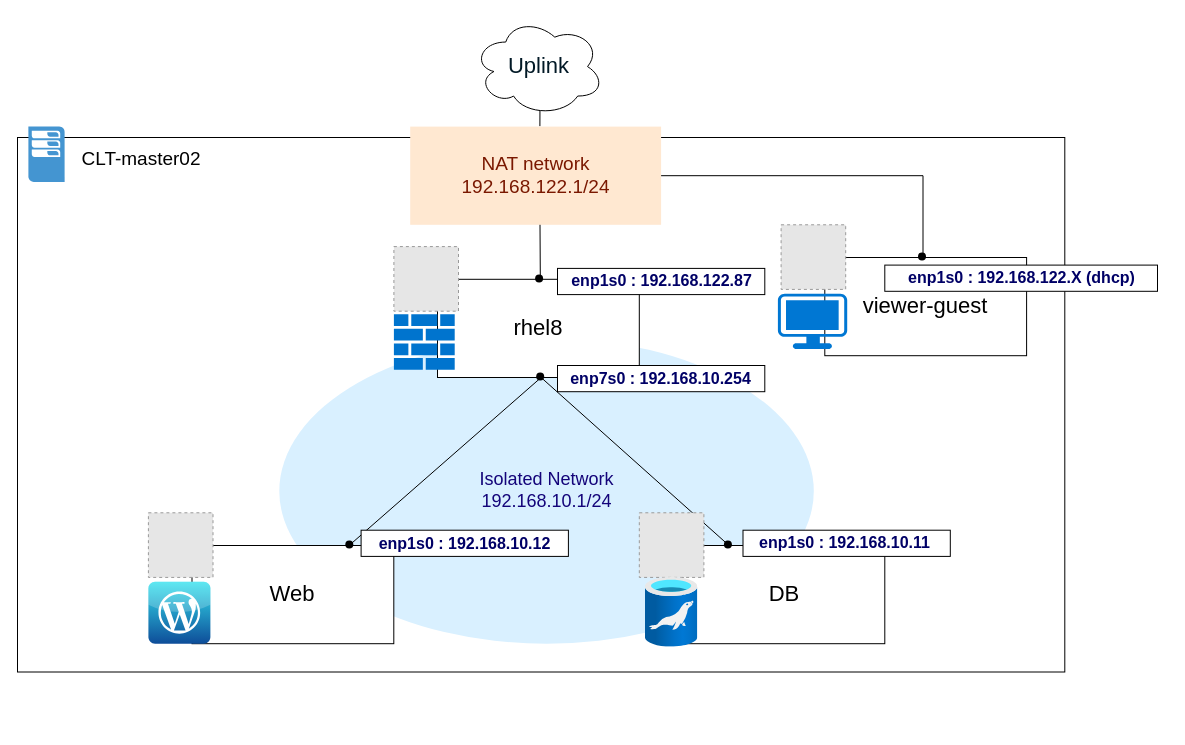
Above: iptables_test01_01.drawio in yokikim/Report-resource-linux (draw.io), before the change. Source tidied: cells renumbered, new cells numbered last; positions are measured from the earlier drawing's top-left corner, leaving out a move shared by most shapes. Both pictures are drawn from the tidied source at 100%, with x=0, y=0 at pixel (17, 17). Pictures stored in the file or linked from it are replaced by grey dashed boxes.
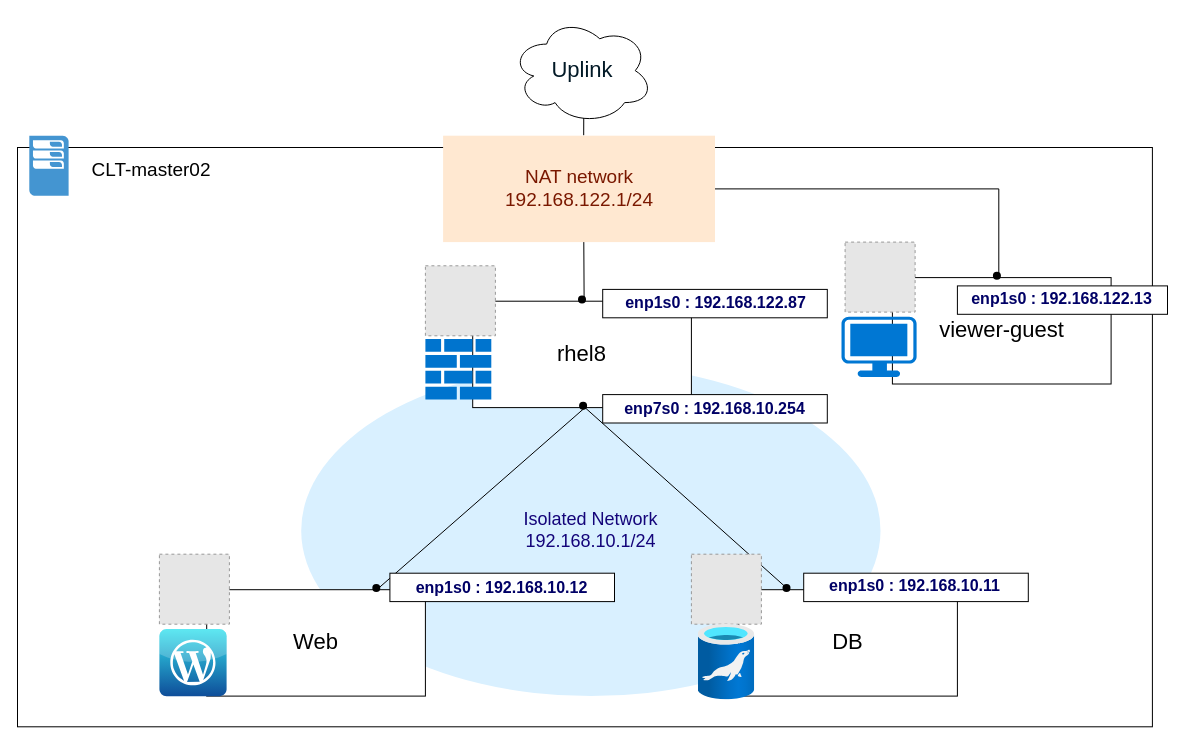
After the change.

What changed in the source:
```diff
@@
-    <mxCell id="2" style="group;" parent="1" vertex="1">
-      <mxGeometry width="1140" height="654.5" as="geometry" />
-    </mxCell>
+    <mxCell id="42" style="group;" parent="1" vertex="1">
+      <mxGeometry width="1150" height="709.4" as="geometry" />
+    </mxCell>
-    <mxCell id="3" style="group;" parent="2" vertex="1">
-      <mxGeometry y="109.1" width="1047.3" height="545.5" as="geometry" />
+    <mxCell id="3" style="group;" parent="42" vertex="1">
+      <mxGeometry y="118.2" width="1134.9" height="591.1" as="geometry" />
     </mxCell>
     <mxCell id="4" style="rounded=0;whiteSpace=wrap;html=1;" parent="3" vertex="1">
-      <mxGeometry y="10.9" width="1047.3" height="534.5" as="geometry" />
+      <mxGeometry y="11.8" width="1134.9" height="579.3" as="geometry" />
     </mxCell>
     <mxCell id="5" style="shadow=0;dashed=0;html=1;strokeColor=none;fillColor=#4495D1;labelPosition=center;verticalLabelPosition=bottom;verticalAlign=top;align=center;shape=mxgraph.veeam.2d.esx_esxi;" parent="3" vertex="1">
-      <mxGeometry x="10.9" width="36.2" height="55.4" as="geometry" />
+      <mxGeometry x="11.8" width="39.3" height="60.1" as="geometry" />
     </mxCell>
     <mxCell id="6" value="&lt;font style=&quot;font-size: 19px;&quot;&gt;CLT-master02&lt;/font&gt;" style="text;html=1;strokeColor=none;fillColor=none;align=center;verticalAlign=middle;whiteSpace=wrap;rounded=0;" parent="3" vertex="1">
-      <mxGeometry x="54.5" y="10.9" width="138.3" height="43.2" as="geometry" />
+      <mxGeometry x="59.1" y="11.8" width="149.9" height="46.8" as="geometry" />
     </mxCell>
-    <mxCell id="7" style="group;" parent="2" vertex="1">
-      <mxGeometry x="261.8" y="109.1" width="534.5" height="517.1" as="geometry" />
+    <mxCell id="7" style="group;" parent="42" vertex="1">
+      <mxGeometry x="283.7" y="118.2" width="579.3" height="560.4" as="geometry" />
     </mxCell>
     <mxCell id="8" value="&lt;font color=&quot;#14047a&quot; style=&quot;font-size: 18px;&quot;&gt;Isolated Network&lt;br&gt;192.168.10.1/24&lt;/font&gt;" style="ellipse;whiteSpace=wrap;html=1;fillColor=#D9F0FF;strokeColor=none;" parent="7" vertex="1">
-      <mxGeometry y="211.6" width="534.5" height="305.5" as="geometry" />
+      <mxGeometry y="229.4" width="579.3" height="331" as="geometry" />
     </mxCell>
     <mxCell id="9" value="&lt;font color=&quot;#7a1800&quot;&gt;NAT network&lt;br&gt;192.168.122.1/24&lt;/font&gt;" style="rounded=0;whiteSpace=wrap;html=1;fontSize=19;fontColor=#14047A;fillColor=#FFE8D1;strokeColor=none;" parent="7" vertex="1">
-      <mxGeometry x="130.9" width="250.9" height="98.2" as="geometry" />
+      <mxGeometry x="141.9" width="271.9" height="106.4" as="geometry" />
     </mxCell>
-    <mxCell id="10" style="endArrow=none;html=1;rounded=0;fontSize=22;fontColor=#7A1800;" parent="2" edge="1">
+    <mxCell id="10" style="endArrow=none;html=1;rounded=0;fontSize=22;fontColor=#7A1800;" parent="42" edge="1">
       <mxGeometry relative="1" as="geometry">
-        <mxPoint x="331.6" y="528" as="sourcePoint" />
-        <mxPoint x="711.5" y="528" as="targetPoint" />
+        <mxPoint x="359.3" y="572.2" as="sourcePoint" />
+        <mxPoint x="771" y="572.2" as="targetPoint" />
         <Array as="points">
-          <mxPoint x="523.6" y="360" />
+          <mxPoint x="567.5" y="390.1" />
         </Array>
       </mxGeometry>
     </mxCell>
-    <mxCell id="11" style="endArrow=none;html=1;rounded=0;fontSize=22;fontColor=#7A1800;exitX=0.534;exitY=0.99;exitDx=0;exitDy=0;exitPerimeter=0;" parent="2" edge="1">
+    <mxCell id="11" style="endArrow=none;html=1;rounded=0;fontSize=22;fontColor=#7A1800;exitX=0.534;exitY=0.99;exitDx=0;exitDy=0;exitPerimeter=0;" parent="42" edge="1">
       <mxGeometry relative="1" as="geometry">
-        <mxPoint x="523.4" y="359" as="sourcePoint" />
-        <mxPoint x="522.5" y="207.3" as="targetPoint" />
+        <mxPoint x="567.2" y="389.1" as="sourcePoint" />
+        <mxPoint x="566.3" y="224.6" as="targetPoint" />
       </mxGeometry>
     </mxCell>
-    <mxCell id="12" style="endArrow=none;html=1;rounded=0;fontSize=22;fontColor=#7A1800;" parent="2" edge="1">
+    <mxCell id="12" style="endArrow=none;html=1;rounded=0;fontSize=22;fontColor=#7A1800;" parent="42" edge="1">
       <mxGeometry relative="1" as="geometry">
-        <mxPoint x="905.5" y="240" as="sourcePoint" />
-        <mxPoint x="643.6" y="158.2" as="targetPoint" />
+        <mxPoint x="981.3" y="260.1" as="sourcePoint" />
+        <mxPoint x="697.5" y="171.4" as="targetPoint" />
         <Array as="points">
-          <mxPoint x="905.5" y="158.2" />
+          <mxPoint x="981.3" y="171.4" />
         </Array>
       </mxGeometry>
     </mxCell>
-    <mxCell id="13" style="endArrow=none;html=1;rounded=0;fontSize=22;fontColor=#7A1800;exitX=0.517;exitY=-0.005;exitDx=0;exitDy=0;exitPerimeter=0;" parent="2" edge="1">
+    <mxCell id="13" style="endArrow=none;html=1;rounded=0;fontSize=22;fontColor=#7A1800;exitX=0.517;exitY=-0.005;exitDx=0;exitDy=0;exitPerimeter=0;" parent="42" edge="1">
       <mxGeometry relative="1" as="geometry">
-        <mxPoint x="522.4" y="108.6" as="sourcePoint" />
-        <mxPoint x="522.5" y="76.4" as="targetPoint" />
+        <mxPoint x="566.2" y="117.7" as="sourcePoint" />
+        <mxPoint x="566.3" y="82.8" as="targetPoint" />
       </mxGeometry>
     </mxCell>
-    <mxCell id="14" value="&lt;font style=&quot;font-size: 22px;&quot;&gt;rhel8&lt;/font&gt;" style="rounded=0;whiteSpace=wrap;html=1;" parent="2" vertex="1">
-      <mxGeometry x="420" y="261.8" width="201.8" height="98.2" as="geometry" />
+    <mxCell id="14" value="&lt;font style=&quot;font-size: 22px;&quot;&gt;rhel8&lt;/font&gt;" style="rounded=0;whiteSpace=wrap;html=1;" parent="42" vertex="1">
+      <mxGeometry x="455.2" y="283.7" width="218.7" height="106.4" as="geometry" />
     </mxCell>
-    <mxCell id="15" style="fillColor=#E6E6E6;strokeColor=#999999;dashed=1;html=1;verticalAlign=top;verticalLabelPosition=bottom;labelBackgroundColor=#ffffff;" parent="2" vertex="1">
-      <mxGeometry x="376.4" y="229.1" width="64.6" height="64.6" as="geometry" />
+    <mxCell id="15" style="fillColor=#E6E6E6;strokeColor=#999999;dashed=1;html=1;verticalAlign=top;verticalLabelPosition=bottom;labelBackgroundColor=#ffffff;" parent="42" vertex="1">
+      <mxGeometry x="407.9" y="248.3" width="70" height="70" as="geometry" />
     </mxCell>
-    <mxCell id="16" value="&lt;font style=&quot;font-size: 22px;&quot;&gt;Web&lt;/font&gt;" style="rounded=0;whiteSpace=wrap;html=1;" parent="2" vertex="1">
-      <mxGeometry x="174.5" y="528" width="201.8" height="98.2" as="geometry" />
+    <mxCell id="16" value="&lt;font style=&quot;font-size: 22px;&quot;&gt;Web&lt;/font&gt;" style="rounded=0;whiteSpace=wrap;html=1;" parent="42" vertex="1">
+      <mxGeometry x="189.2" y="572.2" width="218.7" height="106.4" as="geometry" />
     </mxCell>
-    <mxCell id="17" style="fillColor=#E6E6E6;strokeColor=#999999;dashed=1;html=1;verticalAlign=top;verticalLabelPosition=bottom;labelBackgroundColor=#ffffff;" parent="2" vertex="1">
-      <mxGeometry x="130.9" y="495.3" width="64.6" height="64.6" as="geometry" />
+    <mxCell id="17" style="fillColor=#E6E6E6;strokeColor=#999999;dashed=1;html=1;verticalAlign=top;verticalLabelPosition=bottom;labelBackgroundColor=#ffffff;" parent="42" vertex="1">
+      <mxGeometry x="141.9" y="536.7" width="70" height="70" as="geometry" />
     </mxCell>
-    <mxCell id="18" value="&lt;font style=&quot;font-size: 22px;&quot;&gt;DB&lt;/font&gt;" style="rounded=0;whiteSpace=wrap;html=1;" parent="2" vertex="1">
-      <mxGeometry x="665.5" y="528" width="201.8" height="98.2" as="geometry" />
+    <mxCell id="18" value="&lt;font style=&quot;font-size: 22px;&quot;&gt;DB&lt;/font&gt;" style="rounded=0;whiteSpace=wrap;html=1;" parent="42" vertex="1">
+      <mxGeometry x="721.2" y="572.2" width="218.7" height="106.4" as="geometry" />
     </mxCell>
-    <mxCell id="19" style="fillColor=#E6E6E6;strokeColor=#999999;dashed=1;html=1;verticalAlign=top;verticalLabelPosition=bottom;labelBackgroundColor=#ffffff;" parent="2" vertex="1">
-      <mxGeometry x="621.8" y="495.3" width="64.6" height="64.6" as="geometry" />
+    <mxCell id="19" style="fillColor=#E6E6E6;strokeColor=#999999;dashed=1;html=1;verticalAlign=top;verticalLabelPosition=bottom;labelBackgroundColor=#ffffff;" parent="42" vertex="1">
+      <mxGeometry x="673.9" y="536.7" width="70" height="70" as="geometry" />
     </mxCell>
-    <mxCell id="20" value="&lt;font style=&quot;font-size: 22px;&quot;&gt;viewer-guest&lt;/font&gt;" style="rounded=0;whiteSpace=wrap;html=1;" parent="2" vertex="1">
-      <mxGeometry x="807.3" y="240" width="201.8" height="98.2" as="geometry" />
+    <mxCell id="20" value="&lt;font style=&quot;font-size: 22px;&quot;&gt;viewer-guest&lt;/font&gt;" style="rounded=0;whiteSpace=wrap;html=1;" parent="42" vertex="1">
+      <mxGeometry x="874.9" y="260.1" width="218.7" height="106.4" as="geometry" />
     </mxCell>
-    <mxCell id="21" style="fillColor=#E6E6E6;strokeColor=#999999;dashed=1;html=1;verticalAlign=top;verticalLabelPosition=bottom;labelBackgroundColor=#ffffff;" parent="2" vertex="1">
-      <mxGeometry x="763.6" y="207.3" width="64.6" height="64.6" as="geometry" />
+    <mxCell id="21" style="fillColor=#E6E6E6;strokeColor=#999999;dashed=1;html=1;verticalAlign=top;verticalLabelPosition=bottom;labelBackgroundColor=#ffffff;" parent="42" vertex="1">
+      <mxGeometry x="827.6" y="224.6" width="70" height="70" as="geometry" />
     </mxCell>
-    <mxCell id="22" style="html=1;align=center;image;fontSize=12;image=img/lib/azure2/databases/Azure_Database_MariaDB_Server.svg;fontColor=#7A1800;fillColor=#FFE8D1;" parent="2" vertex="1">
-      <mxGeometry x="627.9" y="559.9" width="52.4" height="69.8" as="geometry" />
+    <mxCell id="22" style="html=1;align=center;image;fontSize=12;image=img/lib/azure2/databases/Azure_Database_MariaDB_Server.svg;fontColor=#7A1800;fillColor=#FFE8D1;" parent="42" vertex="1">
+      <mxGeometry x="680.5" y="606.7" width="56.7" height="75.7" as="geometry" />
     </mxCell>
-    <mxCell id="23" style="dashed=0;html=1;align=center;labelPosition=center;verticalLabelPosition=bottom;verticalAlign=top;shape=mxgraph.webicons.wordpress_2;fillColor=#35E2EE;gradientColor=#0E4D99;fontSize=22;fontColor=#7A1800;" parent="2" vertex="1">
-      <mxGeometry x="130.9" y="564.2" width="62" height="62" as="geometry" />
+    <mxCell id="23" style="dashed=0;html=1;align=center;labelPosition=center;verticalLabelPosition=bottom;verticalAlign=top;shape=mxgraph.webicons.wordpress_2;fillColor=#35E2EE;gradientColor=#0E4D99;fontSize=22;fontColor=#7A1800;" parent="42" vertex="1">
+      <mxGeometry x="141.9" y="611.5" width="67.2" height="67.2" as="geometry" />
     </mxCell>
-    <mxCell id="24" style="sketch=0;shadow=0;dashed=0;html=1;strokeColor=none;labelPosition=center;verticalLabelPosition=bottom;verticalAlign=top;align=center;shape=mxgraph.office.concepts.firewall;fillColor=#0074ce;fontSize=22;fontColor=#7A1800;" parent="2" vertex="1">
-      <mxGeometry x="376.4" y="296.7" width="60.8" height="55.6" as="geometry" />
+    <mxCell id="24" style="sketch=0;shadow=0;dashed=0;html=1;strokeColor=none;labelPosition=center;verticalLabelPosition=bottom;verticalAlign=top;align=center;shape=mxgraph.office.concepts.firewall;fillColor=#0074ce;fontSize=22;fontColor=#7A1800;" parent="42" vertex="1">
+      <mxGeometry x="407.9" y="321.6" width="65.9" height="60.3" as="geometry" />
     </mxCell>
-    <mxCell id="25" style="verticalLabelPosition=bottom;sketch=0;html=1;verticalAlign=top;align=center;shape=mxgraph.cisco19.workstation;fillColor=#0077d3;strokeColor=none;fontSize=22;fontColor=#7A1800;" parent="2" vertex="1">
-      <mxGeometry x="760.4" y="276.2" width="69.3" height="55.4" as="geometry" />
+    <mxCell id="25" style="verticalLabelPosition=bottom;sketch=0;html=1;verticalAlign=top;align=center;shape=mxgraph.cisco19.workstation;fillColor=#0077d3;strokeColor=none;fontSize=22;fontColor=#7A1800;" parent="42" vertex="1">
+      <mxGeometry x="824" y="299.3" width="75.1" height="60.1" as="geometry" />
     </mxCell>
-    <mxCell id="26" value="&lt;font color=&quot;#021926&quot;&gt;Uplink&lt;/font&gt;" style="ellipse;shape=cloud;whiteSpace=wrap;html=1;fontSize=22;fontColor=#7A1800;fillColor=#FFFFFF;" parent="2" vertex="1">
-      <mxGeometry x="455.5" width="130.9" height="98.2" as="geometry" />
+    <mxCell id="26" value="&lt;font color=&quot;#021926&quot;&gt;Uplink&lt;/font&gt;" style="ellipse;shape=cloud;whiteSpace=wrap;html=1;fontSize=22;fontColor=#7A1800;fillColor=#FFFFFF;" parent="42" vertex="1">
+      <mxGeometry x="493.6" width="141.9" height="106.4" as="geometry" />
     </mxCell>
-    <mxCell id="27" style="rounded=0;whiteSpace=wrap;html=1;labelBorderColor=none;strokeColor=default;strokeWidth=1;fontSize=16;fontColor=#000066;fillColor=default;" parent="2" vertex="1">
-      <mxGeometry x="540" y="348" width="207.3" height="26.2" as="geometry" />
+    <mxCell id="27" style="rounded=0;whiteSpace=wrap;html=1;labelBorderColor=none;strokeColor=default;strokeWidth=1;fontSize=16;fontColor=#000066;fillColor=default;" parent="42" vertex="1">
+      <mxGeometry x="585.2" y="377.1" width="224.6" height="28.4" as="geometry" />
     </mxCell>
-    <mxCell id="28" style="rounded=0;whiteSpace=wrap;html=1;labelBorderColor=none;strokeColor=default;strokeWidth=1;fontSize=16;fontColor=#000066;fillColor=default;" parent="2" vertex="1">
-      <mxGeometry x="540" y="250.9" width="207.3" height="26.2" as="geometry" />
+    <mxCell id="28" style="rounded=0;whiteSpace=wrap;html=1;labelBorderColor=none;strokeColor=default;strokeWidth=1;fontSize=16;fontColor=#000066;fillColor=default;" parent="42" vertex="1">
+      <mxGeometry x="585.2" y="271.9" width="224.6" height="28.4" as="geometry" />
     </mxCell>
-    <mxCell id="29" style="rounded=0;whiteSpace=wrap;html=1;labelBorderColor=none;strokeColor=default;strokeWidth=1;fontSize=16;fontColor=#000066;fillColor=default;" parent="2" vertex="1">
-      <mxGeometry x="343.6" y="512.7" width="207.3" height="26.2" as="geometry" />
+    <mxCell id="29" style="rounded=0;whiteSpace=wrap;html=1;labelBorderColor=none;strokeColor=default;strokeWidth=1;fontSize=16;fontColor=#000066;fillColor=default;" parent="42" vertex="1">
+      <mxGeometry x="372.4" y="555.7" width="224.6" height="28.4" as="geometry" />
     </mxCell>
-    <mxCell id="30" style="rounded=0;whiteSpace=wrap;html=1;labelBorderColor=none;strokeColor=default;strokeWidth=1;fontSize=16;fontColor=#000066;fillColor=default;" parent="2" vertex="1">
-      <mxGeometry x="725.5" y="512.7" width="207.3" height="26.2" as="geometry" />
+    <mxCell id="30" style="rounded=0;whiteSpace=wrap;html=1;labelBorderColor=none;strokeColor=default;strokeWidth=1;fontSize=16;fontColor=#000066;fillColor=default;" parent="42" vertex="1">
+      <mxGeometry x="786.2" y="555.7" width="224.6" height="28.4" as="geometry" />
     </mxCell>
-    <mxCell id="31" style="rounded=0;whiteSpace=wrap;html=1;labelBorderColor=none;strokeColor=default;strokeWidth=1;fontSize=16;fontColor=#000066;fillColor=default;" parent="2" vertex="1">
-      <mxGeometry x="867.3" y="247.6" width="272.7" height="26.2" as="geometry" />
+    <mxCell id="31" style="rounded=0;whiteSpace=wrap;html=1;labelBorderColor=none;strokeColor=default;strokeWidth=1;fontSize=16;fontColor=#000066;fillColor=default;" parent="42" vertex="1">
+      <mxGeometry x="939.9" y="268.4" width="210.1" height="28.4" as="geometry" />
     </mxCell>
-    <mxCell id="32" value="&lt;font color=&quot;#000066&quot; style=&quot;font-size: 16px;&quot;&gt;&lt;b&gt;enp7s0 : 192.168.10.254&lt;/b&gt;&lt;/font&gt;" style="text;html=1;strokeColor=none;fillColor=none;align=center;verticalAlign=middle;whiteSpace=wrap;rounded=0;fontSize=22;fontColor=#7A1800;labelBorderColor=none;" parent="2" vertex="1">
-      <mxGeometry x="540" y="343.6" width="207.3" height="32.7" as="geometry" />
+    <mxCell id="32" value="&lt;font color=&quot;#000066&quot; style=&quot;font-size: 16px;&quot;&gt;&lt;b&gt;enp7s0 : 192.168.10.254&lt;/b&gt;&lt;/font&gt;" style="text;html=1;strokeColor=none;fillColor=none;align=center;verticalAlign=middle;whiteSpace=wrap;rounded=0;fontSize=22;fontColor=#7A1800;labelBorderColor=none;" parent="42" vertex="1">
+      <mxGeometry x="585.2" y="372.4" width="224.6" height="35.5" as="geometry" />
     </mxCell>
-    <mxCell id="33" value="&lt;font color=&quot;#000066&quot; style=&quot;font-size: 16px;&quot;&gt;&lt;b&gt;enp1s0 : 192.168.10.12&lt;/b&gt;&lt;/font&gt;" style="text;html=1;strokeColor=none;fillColor=none;align=center;verticalAlign=middle;whiteSpace=wrap;rounded=0;fontSize=22;fontColor=#7A1800;" parent="2" vertex="1">
-      <mxGeometry x="343.6" y="508.4" width="207.3" height="32.7" as="geometry" />
+    <mxCell id="33" value="&lt;font color=&quot;#000066&quot; style=&quot;font-size: 16px;&quot;&gt;&lt;b&gt;enp1s0 : 192.168.10.12&lt;/b&gt;&lt;/font&gt;" style="text;html=1;strokeColor=none;fillColor=none;align=center;verticalAlign=middle;whiteSpace=wrap;rounded=0;fontSize=22;fontColor=#7A1800;" parent="42" vertex="1">
+      <mxGeometry x="372.4" y="550.9" width="224.6" height="35.5" as="geometry" />
     </mxCell>
-    <mxCell id="34" value="&lt;font color=&quot;#000066&quot; style=&quot;font-size: 16px;&quot;&gt;&lt;b&gt;enp1s0 : 192.168.10.11&lt;/b&gt;&lt;/font&gt;" style="text;html=1;strokeColor=none;fillColor=none;align=center;verticalAlign=middle;whiteSpace=wrap;rounded=0;fontSize=22;fontColor=#7A1800;" parent="2" vertex="1">
-      <mxGeometry x="724.4" y="507.3" width="207.3" height="32.7" as="geometry" />
+    <mxCell id="34" value="&lt;font color=&quot;#000066&quot; style=&quot;font-size: 16px;&quot;&gt;&lt;b&gt;enp1s0 : 192.168.10.11&lt;/b&gt;&lt;/font&gt;" style="text;html=1;strokeColor=none;fillColor=none;align=center;verticalAlign=middle;whiteSpace=wrap;rounded=0;fontSize=22;fontColor=#7A1800;" parent="42" vertex="1">
+      <mxGeometry x="785" y="549.7" width="224.6" height="35.5" as="geometry" />
     </mxCell>
-    <mxCell id="35" style="shape=waypoint;sketch=0;fillStyle=solid;size=6;fillColor=#021926;perimeter=centerPerimeter;rounded=0;labelBorderColor=none;strokeColor=default;strokeWidth=2;fontSize=16;fontColor=#000066;" parent="2" vertex="1">
-      <mxGeometry x="512.7" y="349.1" width="20" height="20" as="geometry" />
+    <mxCell id="35" style="shape=waypoint;sketch=0;fillStyle=solid;size=6;fillColor=#021926;perimeter=centerPerimeter;rounded=0;labelBorderColor=none;strokeColor=default;strokeWidth=2;fontSize=16;fontColor=#000066;" parent="42" vertex="1">
+      <mxGeometry x="555.6" y="378.3" width="20" height="20" as="geometry" />
     </mxCell>
-    <mxCell id="36" style="shape=waypoint;sketch=0;fillStyle=solid;size=6;fillColor=#021926;perimeter=centerPerimeter;rounded=0;labelBorderColor=none;strokeColor=default;strokeWidth=2;fontSize=16;fontColor=#000066;" parent="2" vertex="1">
-      <mxGeometry x="511.6" y="250.9" width="20" height="20" as="geometry" />
+    <mxCell id="36" style="shape=waypoint;sketch=0;fillStyle=solid;size=6;fillColor=#021926;perimeter=centerPerimeter;rounded=0;labelBorderColor=none;strokeColor=default;strokeWidth=2;fontSize=16;fontColor=#000066;" parent="42" vertex="1">
+      <mxGeometry x="554.5" y="271.9" width="20" height="20" as="geometry" />
     </mxCell>
-    <mxCell id="37" style="shape=waypoint;sketch=0;fillStyle=solid;size=6;fillColor=none;perimeter=centerPerimeter;rounded=0;labelBorderColor=none;strokeColor=default;strokeWidth=2;fontSize=16;fontColor=#000066;" parent="2" vertex="1">
-      <mxGeometry x="321.8" y="517.1" width="20" height="20" as="geometry" />
+    <mxCell id="37" style="shape=waypoint;sketch=0;fillStyle=solid;size=6;fillColor=none;perimeter=centerPerimeter;rounded=0;labelBorderColor=none;strokeColor=default;strokeWidth=2;fontSize=16;fontColor=#000066;" parent="42" vertex="1">
+      <mxGeometry x="348.8" y="560.4" width="20" height="20" as="geometry" />
     </mxCell>
-    <mxCell id="38" style="shape=waypoint;sketch=0;fillStyle=solid;size=6;fillColor=none;perimeter=centerPerimeter;rounded=0;labelBorderColor=none;strokeColor=default;strokeWidth=2;fontSize=16;fontColor=#000066;" parent="2" vertex="1">
-      <mxGeometry x="700.4" y="517.1" width="20" height="20" as="geometry" />
+    <mxCell id="38" style="shape=waypoint;sketch=0;fillStyle=solid;size=6;fillColor=none;perimeter=centerPerimeter;rounded=0;labelBorderColor=none;strokeColor=default;strokeWidth=2;fontSize=16;fontColor=#000066;" parent="42" vertex="1">
+      <mxGeometry x="759" y="560.4" width="20" height="20" as="geometry" />
     </mxCell>
-    <mxCell id="39" style="shape=waypoint;sketch=0;fillStyle=solid;size=6;fillColor=#021926;perimeter=centerPerimeter;rounded=0;labelBorderColor=none;strokeColor=default;strokeWidth=2;fontSize=16;fontColor=#000066;" parent="2" vertex="1">
-      <mxGeometry x="894.5" y="229.1" width="20" height="20" as="geometry" />
+    <mxCell id="39" style="shape=waypoint;sketch=0;fillStyle=solid;size=6;fillColor=#021926;perimeter=centerPerimeter;rounded=0;labelBorderColor=none;strokeColor=default;strokeWidth=2;fontSize=16;fontColor=#000066;" parent="42" vertex="1">
+      <mxGeometry x="969.4" y="248.3" width="20" height="20" as="geometry" />
     </mxCell>
-    <mxCell id="40" value="&lt;font color=&quot;#000066&quot; style=&quot;font-size: 16px;&quot;&gt;&lt;b&gt;enp1s0 : 192.168.122.X (dhcp)&lt;/b&gt;&lt;/font&gt;" style="text;html=1;strokeColor=none;fillColor=none;align=center;verticalAlign=middle;whiteSpace=wrap;rounded=0;fontSize=22;fontColor=#7A1800;" parent="2" vertex="1">
-      <mxGeometry x="879.3" y="242.2" width="250.9" height="32.7" as="geometry" />
+    <mxCell id="40" value="&lt;font color=&quot;#000066&quot; style=&quot;font-size: 16px;&quot;&gt;&lt;b&gt;enp1s0 : 192.168.122.13&lt;/b&gt;&lt;/font&gt;" style="text;html=1;strokeColor=none;fillColor=none;align=center;verticalAlign=middle;whiteSpace=wrap;rounded=0;fontSize=22;fontColor=#7A1800;" parent="42" vertex="1">
+      <mxGeometry x="946.4" y="262.5" width="197.1" height="35.5" as="geometry" />
     </mxCell>
-    <mxCell id="41" value="&lt;font color=&quot;#000066&quot; style=&quot;font-size: 16px;&quot;&gt;&lt;b&gt;enp1s0 : 192.168.122.87&lt;/b&gt;&lt;/font&gt;" style="text;html=1;strokeColor=none;fillColor=none;align=center;verticalAlign=middle;whiteSpace=wrap;rounded=0;fontSize=22;fontColor=#7A1800;labelBorderColor=none;" parent="2" vertex="1">
-      <mxGeometry x="541.1" y="245.5" width="207.3" height="32.7" as="geometry" />
+    <mxCell id="41" value="&lt;font color=&quot;#000066&quot; style=&quot;font-size: 16px;&quot;&gt;&lt;b&gt;enp1s0 : 192.168.122.87&lt;/b&gt;&lt;/font&gt;" style="text;html=1;strokeColor=none;fillColor=none;align=center;verticalAlign=middle;whiteSpace=wrap;rounded=0;fontSize=22;fontColor=#7A1800;labelBorderColor=none;" parent="42" vertex="1">
+      <mxGeometry x="586.4" y="266" width="224.6" height="35.5" as="geometry" />
     </mxCell>
```
